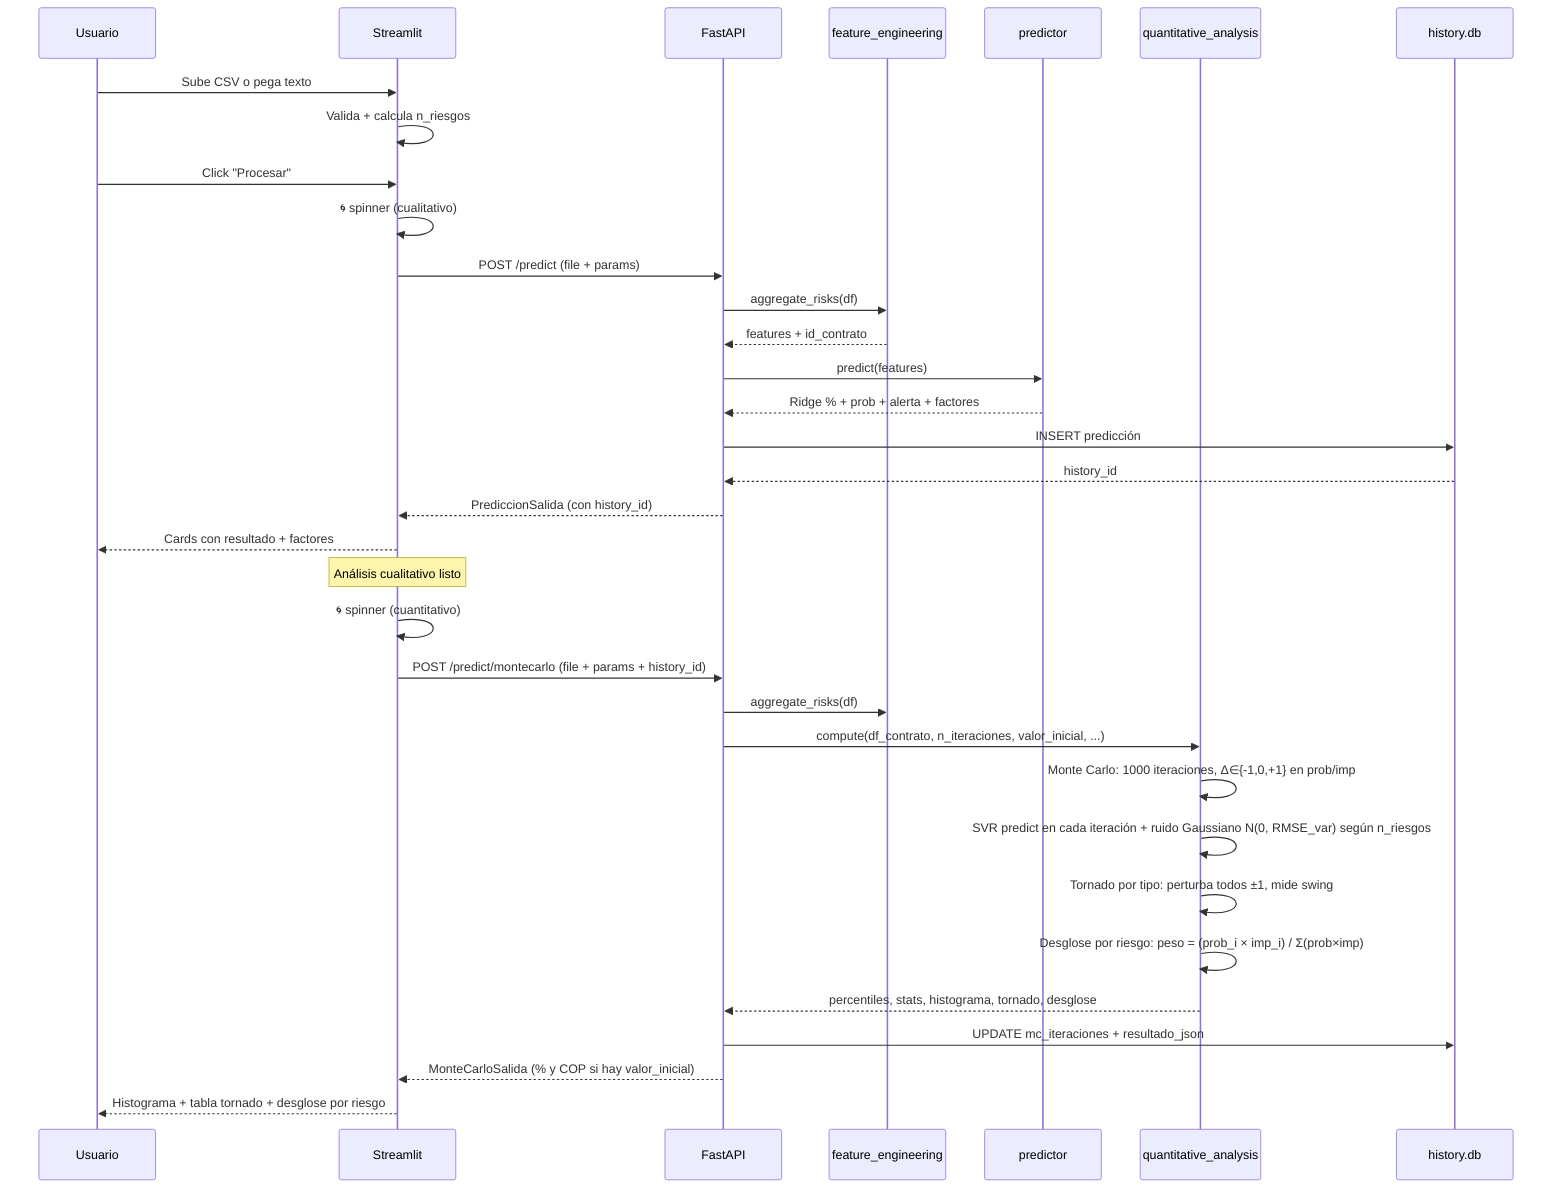
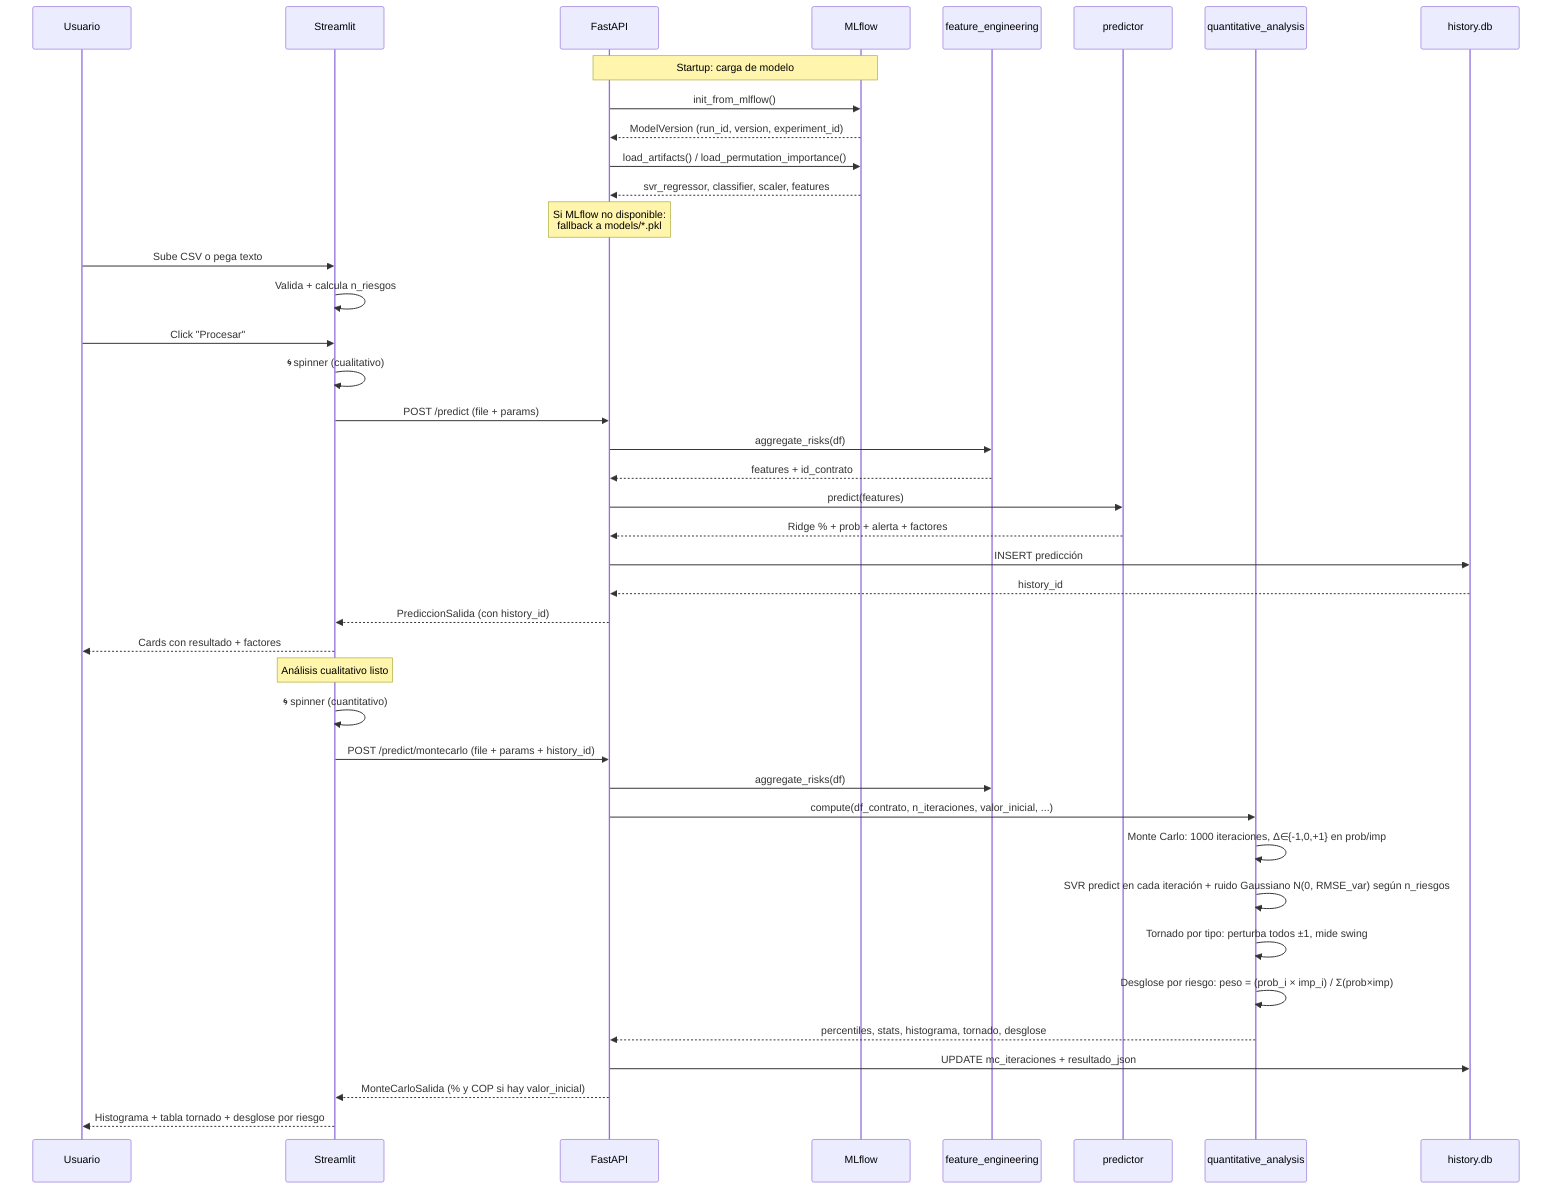
sequenceDiagram
    participant U as Usuario
    participant F as Streamlit
    participant B as FastAPI
+     participant ML as MLflow
    participant FE as feature_engineering
    participant P as predictor
    participant QA as quantitative_analysis
    participant DB as history.db
+ 
+     Note over B,ML: Startup: carga de modelo
+     B->>ML: init_from_mlflow()
+     ML-->>B: ModelVersion (run_id, version, experiment_id)
+     B->>ML: load_artifacts() / load_permutation_importance()
+     ML-->>B: svr_regressor, classifier, scaler, features
+     Note over B: Si MLflow no disponible:<br/>fallback a models/*.pkl

    U->>F: Sube CSV o pega texto
    F->>F: Valida + calcula n_riesgos
    U->>F: Click "Procesar"
    F->>F: 🌀 spinner (cualitativo)
    F->>B: POST /predict (file + params)
    B->>FE: aggregate_risks(df)
    FE-->>B: features + id_contrato
    B->>P: predict(features)
    P-->>B: Ridge % + prob + alerta + factores
    B->>DB: INSERT predicción
    DB-->>B: history_id
    B-->>F: PrediccionSalida (con history_id)
    F-->>U: Cards con resultado + factores
    Note over F: Análisis cualitativo listo

    F->>F: 🌀 spinner (cuantitativo)
    F->>B: POST /predict/montecarlo (file + params + history_id)
    B->>FE: aggregate_risks(df)
    B->>QA: compute(df_contrato, n_iteraciones, valor_inicial, ...)
    QA->>QA: Monte Carlo: 1000 iteraciones, Δ∈{-1,0,+1} en prob/imp
    QA->>QA: SVR predict en cada iteración + ruido Gaussiano N(0, RMSE_var) según n_riesgos
    QA->>QA: Tornado por tipo: perturba todos ±1, mide swing
    QA->>QA: Desglose por riesgo: peso = (prob_i × imp_i) / Σ(prob×imp)
    QA-->>B: percentiles, stats, histograma, tornado, desglose
    B->>DB: UPDATE mc_iteraciones + resultado_json
    B-->>F: MonteCarloSalida (% y COP si hay valor_inicial)
-     F-->>U: Histograma + tabla tornado + desglose por riesgo+     F-->>U: Histograma + tabla tornado + desglose por riesgo
